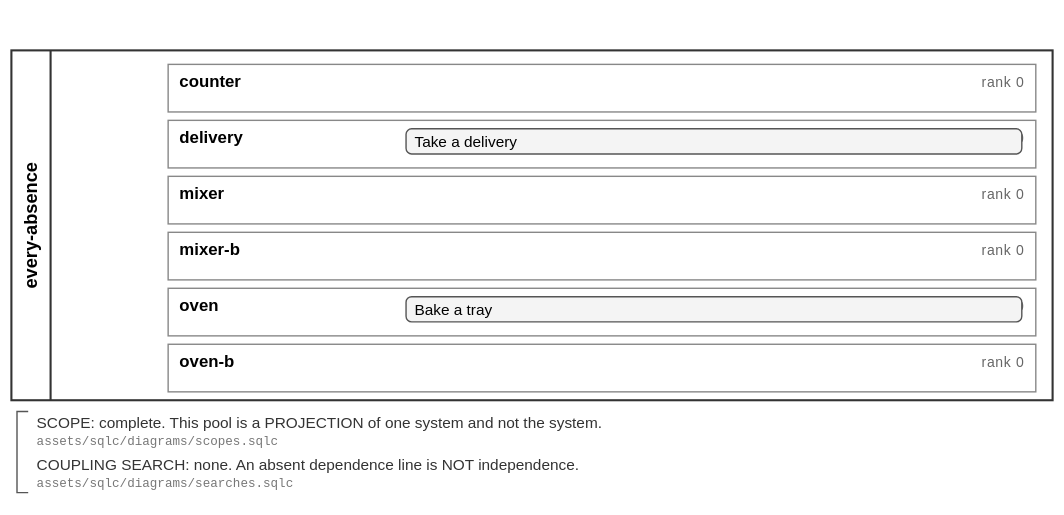
Before: assets/svg/filings/every-absence.svg, a diagram exported from BPMN (soulstompp/process-modulus). Its source is kept beside it as assets/bpmn/filings/every-absence.bpmn. Ids are renumbered.
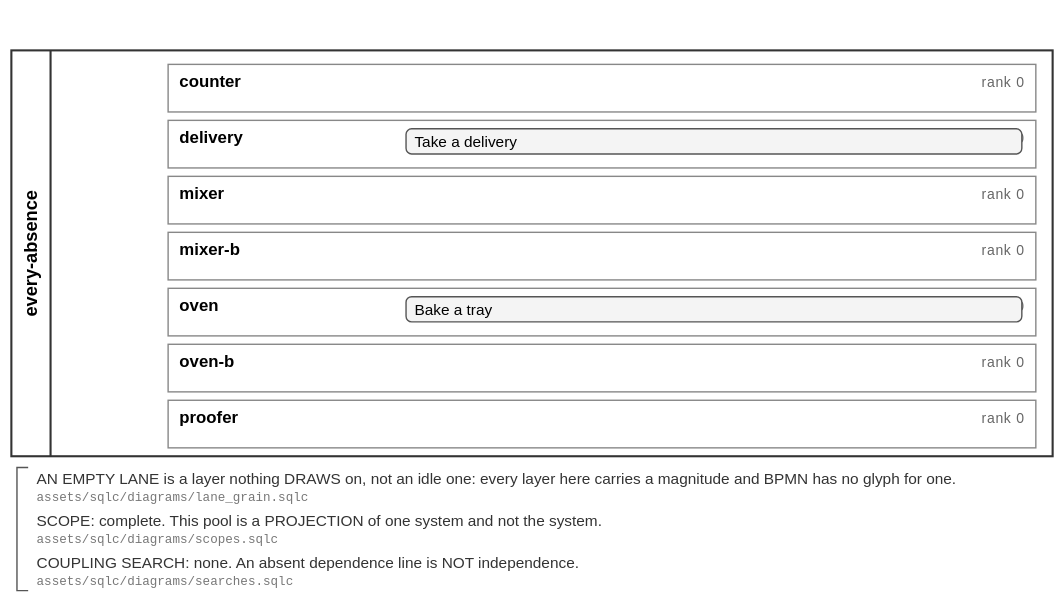
The same diagram one commit later.

What changed in the source:
```diff
@@ -36,6 +36,9 @@
       <lane id="lane_every-absence_oven-b" name="oven-b">
         <documentation>rank 0; nothing beneath this layer needs evaluating first at rank 0, and a higher rank waits on every arrival below it [assets/sqlc/rank/evaluation_order.sqlc]</documentation>
       </lane>
+      <lane id="lane_every-absence_proofer" name="proofer">
+        <documentation>rank 0; nothing beneath this layer needs evaluating first at rank 0, and a higher rank waits on every arrival below it [assets/sqlc/rank/evaluation_order.sqlc]</documentation>
+      </lane>
     </laneSet>
     <task id="task_every-absence_Bake_a_tray" name="Bake a tray">
       <documentation>notation position: none stated, and the filing says why: unmeasured. `none` is somebody looked and this operation is in no process notation, `unmeasured` is a notation exists and nobody has located it there, `notApplicable` is this filing has no notation to point into. ⛔ AN ABSENT POSITION IS NOT A GAP IN THE MODEL: most operations file one of these. [assets/sqlc/entries/operations.sqlc]</documentation>
@@ -43,6 +46,9 @@
     <task id="task_every-absence_Take_a_delivery" name="Take a delivery">
       <documentation>notation position: none stated, and the filing says why: notApplicable. `none` is somebody looked and this operation is in no process notation, `unmeasured` is a notation exists and nobody has located it there, `notApplicable` is this filing has no notation to point into. ⛔ AN ABSENT POSITION IS NOT A GAP IN THE MODEL: most operations file one of these. [assets/sqlc/entries/operations.sqlc]</documentation>
     </task>
+    <textAnnotation id="note_every-absence_lane">
+      <text>AN EMPTY LANE is a layer nothing DRAWS on, not an idle one: every layer here carries a magnitude and BPMN has no glyph for one. [assets/sqlc/diagrams/lane_grain.sqlc]</text>
+    </textAnnotation>
     <textAnnotation id="note_every-absence_scope">
       <text>SCOPE: complete. This pool is a PROJECTION of one system and not the system. [assets/sqlc/diagrams/scopes.sqlc]</text>
     </textAnnotation>
@@ -53,7 +59,7 @@
   <bpmndi:BPMNDiagram id="diagram_every-absence">
     <bpmndi:BPMNPlane id="plane_every-absence" bpmnElement="tns:collab_every-absence">
       <bpmndi:BPMNShape id="shape_every-absence_pool" bpmnElement="tns:pool_every-absence" isHorizontal="true">
-        <dc:Bounds x="8" y="36" width="744" height="250"/>
+        <dc:Bounds x="8" y="36" width="744" height="290"/>
       </bpmndi:BPMNShape>
       <bpmndi:BPMNShape id="shape_every-absence_lane_every-absence_counter" bpmnElement="tns:lane_every-absence_counter">
         <dc:Bounds x="120" y="46" width="620" height="34"/>
@@ -79,11 +85,17 @@
       <bpmndi:BPMNShape id="shape_every-absence_lane_every-absence_oven-b" bpmnElement="tns:lane_every-absence_oven-b">
         <dc:Bounds x="120" y="246" width="620" height="34"/>
       </bpmndi:BPMNShape>
+      <bpmndi:BPMNShape id="shape_every-absence_lane_every-absence_proofer" bpmnElement="tns:lane_every-absence_proofer">
+        <dc:Bounds x="120" y="286" width="620" height="34"/>
+      </bpmndi:BPMNShape>
+      <bpmndi:BPMNShape id="shape_every-absence_note_every-absence_lane" bpmnElement="tns:note_every-absence_lane">
+        <dc:Bounds x="20" y="334" width="720" height="28"/>
+      </bpmndi:BPMNShape>
       <bpmndi:BPMNShape id="shape_every-absence_note_every-absence_scope" bpmnElement="tns:note_every-absence_scope">
-        <dc:Bounds x="20" y="294" width="720" height="28"/>
+        <dc:Bounds x="20" y="364" width="720" height="28"/>
       </bpmndi:BPMNShape>
       <bpmndi:BPMNShape id="shape_every-absence_note_every-absence_search" bpmnElement="tns:note_every-absence_search">
-        <dc:Bounds x="20" y="324" width="720" height="28"/>
+        <dc:Bounds x="20" y="394" width="720" height="28"/>
       </bpmndi:BPMNShape>
     </bpmndi:BPMNPlane>
   </bpmndi:BPMNDiagram>
```
